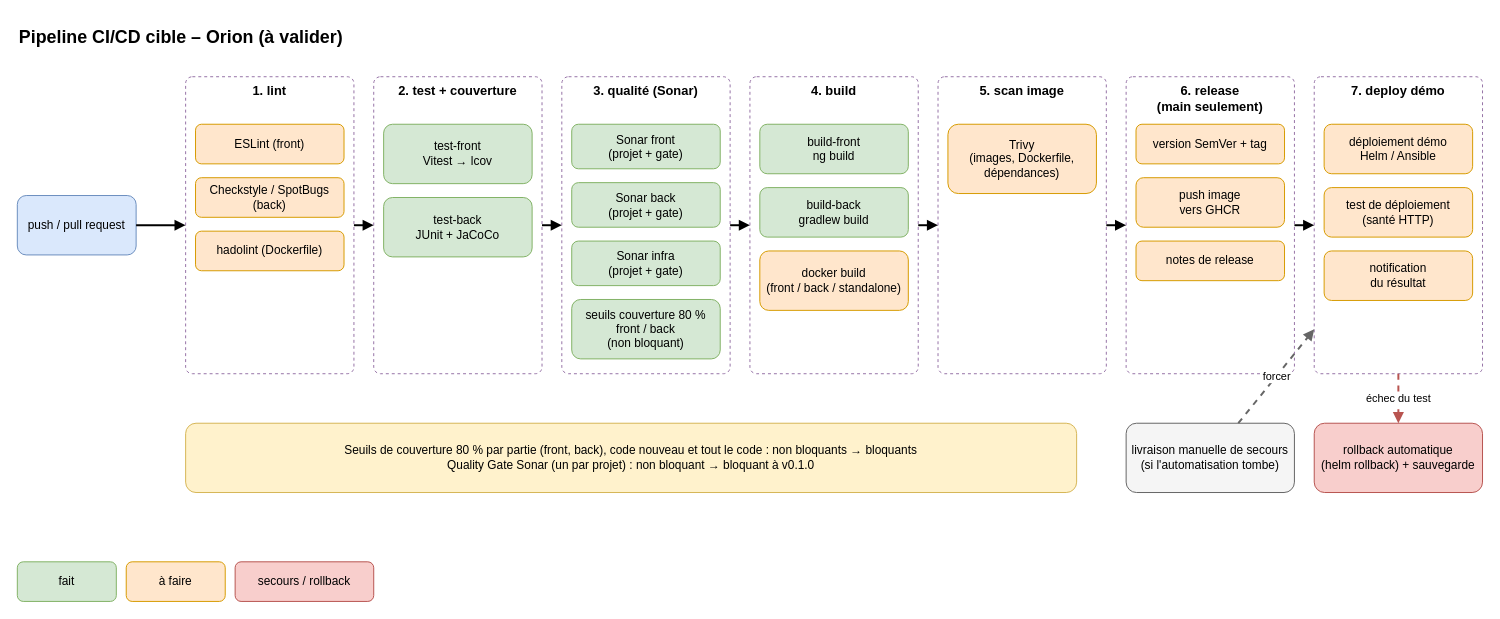
Earlier version of the draw.io diagram docs/livrables/schema_pipeline_ci_cd.drawio (denoyela-4913/dev-project-06-orion). Source tidied: cells renumbered, new cells numbered last; positions are measured from the earlier drawing's top-left corner, leaving out a move shared by most shapes. Both pictures are drawn from the tidied source at 99%, with x=0, y=0 at pixel (17, 17).
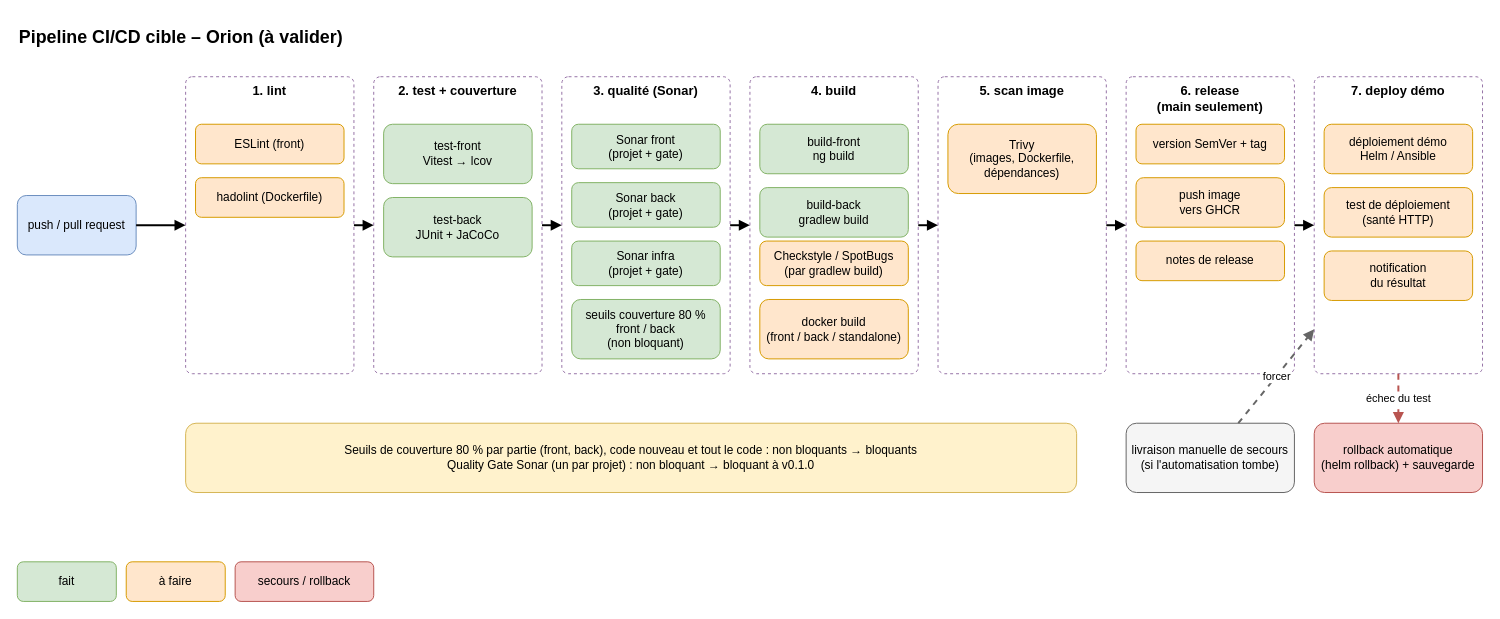
The same diagram, later.

Diff of the diagram source:
```diff
@@
-    <mxCell id="6" value="Checkstyle / SpotBugs (back)" style="rounded=1;whiteSpace=wrap;html=1;fillColor=#ffe6cc;strokeColor=#d79b00;" parent="1" vertex="1">
-      <mxGeometry x="180" y="162" width="150" height="40" as="geometry" />
-    </mxCell>
     <mxCell id="7" value="hadolint (Dockerfile)" style="rounded=1;whiteSpace=wrap;html=1;fillColor=#ffe6cc;strokeColor=#d79b00;" parent="1" vertex="1">
-      <mxGeometry x="180" y="216" width="150" height="40" as="geometry" />
+      <mxGeometry x="180" y="162" width="150" height="40" as="geometry" />
     </mxCell>
@@
+    <mxCell id="45" value="Checkstyle / SpotBugs&#10;(par gradlew build)" style="rounded=1;whiteSpace=wrap;html=1;fillColor=#ffe6cc;strokeColor=#d79b00;" parent="1" vertex="1">
+      <mxGeometry x="750" y="226" width="150" height="45" as="geometry" />
+    </mxCell>
     <mxCell id="22" value="docker build&#10;(front / back / standalone)" style="rounded=1;whiteSpace=wrap;html=1;fillColor=#ffe6cc;strokeColor=#d79b00;" parent="1" vertex="1">
-      <mxGeometry x="750" y="236" width="150" height="60" as="geometry" />
+      <mxGeometry x="750" y="285" width="150" height="60" as="geometry" />
     </mxCell>
```
